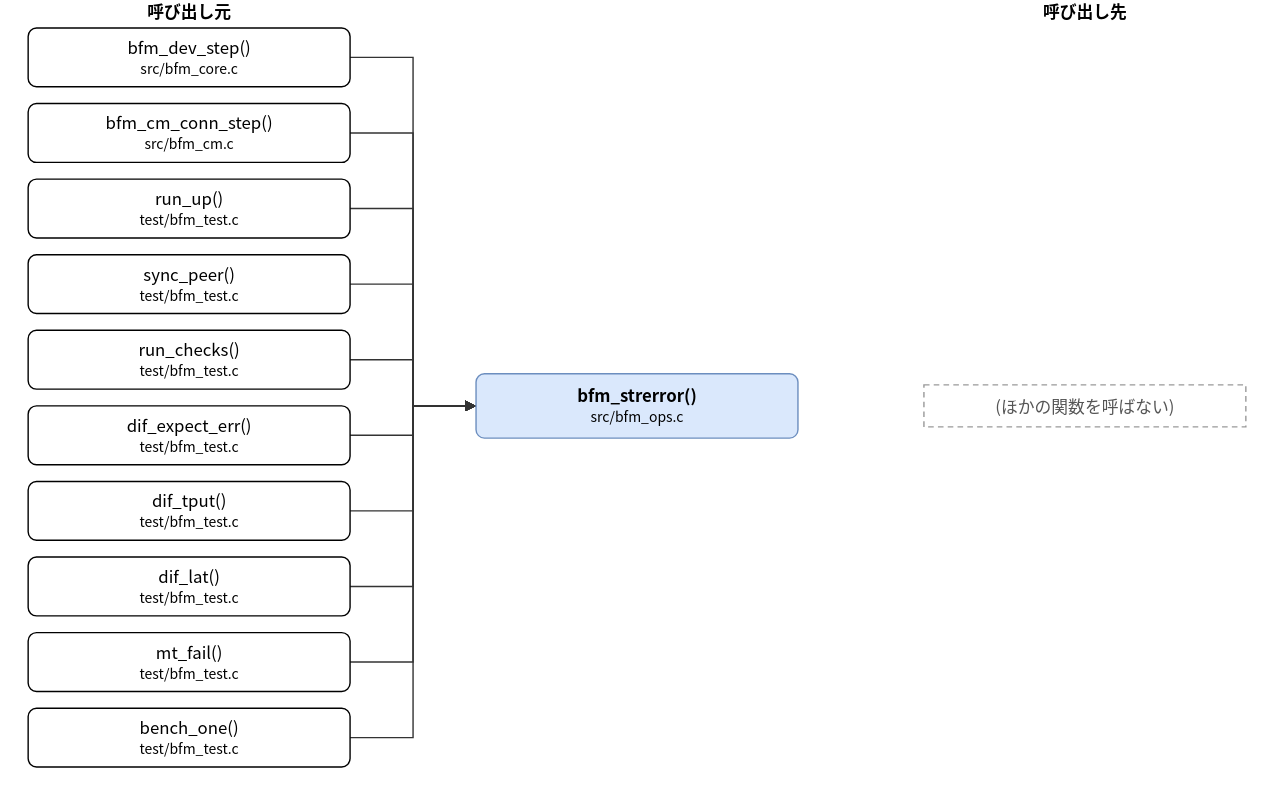
Before: doc/spec/images/call_src_bfm_ops-bfm_strerror.drawio.svg, a diagram exported from draw.io (hf355051012-ai/bfmem). Source tidied: cells renumbered, new cells last; positions are measured from the earlier drawing's top-left corner, leaving out a move shared by most shapes.
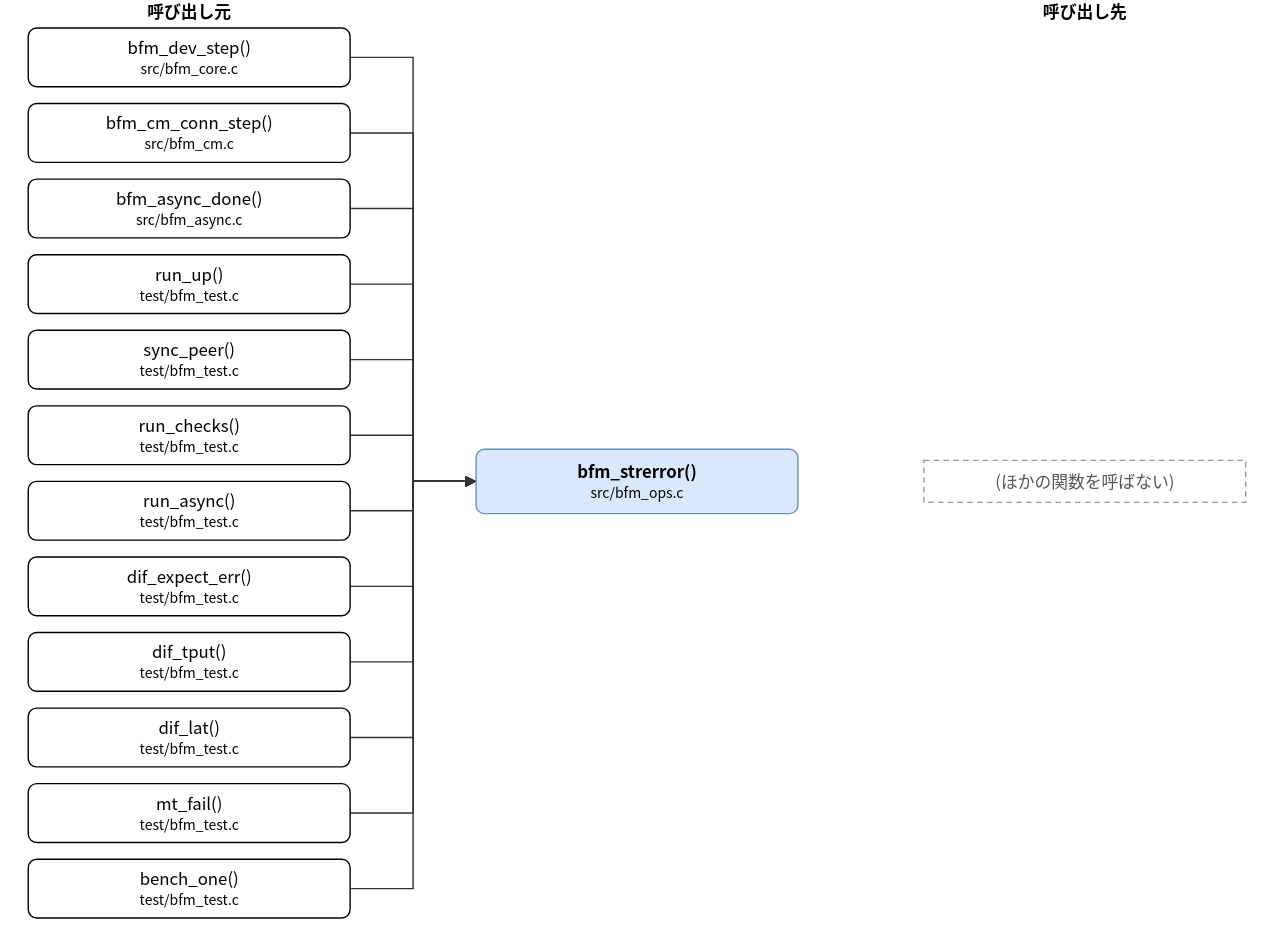
After the commit.

Diff of the diagram source:
```diff
@@ -3,7 +3,7 @@
     <mxCell id="0" />
     <mxCell id="1" parent="0" />
     <mxCell id="2" value="bfm_strerror()&lt;br&gt;&lt;font style=&quot;font-size:10px&quot;&gt;src/bfm_ops.c&lt;/font&gt;" style="rounded=1;whiteSpace=wrap;html=1;fillColor=#dae8fc;strokeColor=#6c8ebf;fontStyle=1;" parent="1" vertex="1">
-      <mxGeometry x="320" y="267" width="230" height="46" as="geometry" />
+      <mxGeometry x="320" y="321" width="230" height="46" as="geometry" />
     </mxCell>
     <mxCell id="3" value="bfm_dev_step()&lt;br&gt;&lt;font style=&quot;font-size:10px&quot;&gt;src/bfm_core.c&lt;/font&gt;" style="rounded=1;whiteSpace=wrap;html=1;" parent="1" vertex="1">
       <mxGeometry y="20" width="230" height="42" as="geometry" />
@@ -11,38 +11,44 @@
     <mxCell id="4" value="bfm_cm_conn_step()&lt;br&gt;&lt;font style=&quot;font-size:10px&quot;&gt;src/bfm_cm.c&lt;/font&gt;" style="rounded=1;whiteSpace=wrap;html=1;" parent="1" vertex="1">
       <mxGeometry y="74" width="230" height="42" as="geometry" />
     </mxCell>
-    <mxCell id="5" value="run_up()&lt;br&gt;&lt;font style=&quot;font-size:10px&quot;&gt;test/bfm_test.c&lt;/font&gt;" style="rounded=1;whiteSpace=wrap;html=1;" parent="1" vertex="1">
+    <mxCell id="5" value="bfm_async_done()&lt;br&gt;&lt;font style=&quot;font-size:10px&quot;&gt;src/bfm_async.c&lt;/font&gt;" style="rounded=1;whiteSpace=wrap;html=1;" parent="1" vertex="1">
       <mxGeometry y="128" width="230" height="42" as="geometry" />
     </mxCell>
-    <mxCell id="6" value="sync_peer()&lt;br&gt;&lt;font style=&quot;font-size:10px&quot;&gt;test/bfm_test.c&lt;/font&gt;" style="rounded=1;whiteSpace=wrap;html=1;" parent="1" vertex="1">
+    <mxCell id="6" value="run_up()&lt;br&gt;&lt;font style=&quot;font-size:10px&quot;&gt;test/bfm_test.c&lt;/font&gt;" style="rounded=1;whiteSpace=wrap;html=1;" parent="1" vertex="1">
       <mxGeometry y="182" width="230" height="42" as="geometry" />
     </mxCell>
-    <mxCell id="7" value="run_checks()&lt;br&gt;&lt;font style=&quot;font-size:10px&quot;&gt;test/bfm_test.c&lt;/font&gt;" style="rounded=1;whiteSpace=wrap;html=1;" parent="1" vertex="1">
+    <mxCell id="7" value="sync_peer()&lt;br&gt;&lt;font style=&quot;font-size:10px&quot;&gt;test/bfm_test.c&lt;/font&gt;" style="rounded=1;whiteSpace=wrap;html=1;" parent="1" vertex="1">
       <mxGeometry y="236" width="230" height="42" as="geometry" />
     </mxCell>
-    <mxCell id="8" value="dif_expect_err()&lt;br&gt;&lt;font style=&quot;font-size:10px&quot;&gt;test/bfm_test.c&lt;/font&gt;" style="rounded=1;whiteSpace=wrap;html=1;" parent="1" vertex="1">
+    <mxCell id="8" value="run_checks()&lt;br&gt;&lt;font style=&quot;font-size:10px&quot;&gt;test/bfm_test.c&lt;/font&gt;" style="rounded=1;whiteSpace=wrap;html=1;" parent="1" vertex="1">
       <mxGeometry y="290" width="230" height="42" as="geometry" />
     </mxCell>
-    <mxCell id="9" value="dif_tput()&lt;br&gt;&lt;font style=&quot;font-size:10px&quot;&gt;test/bfm_test.c&lt;/font&gt;" style="rounded=1;whiteSpace=wrap;html=1;" parent="1" vertex="1">
+    <mxCell id="9" value="run_async()&lt;br&gt;&lt;font style=&quot;font-size:10px&quot;&gt;test/bfm_test.c&lt;/font&gt;" style="rounded=1;whiteSpace=wrap;html=1;" parent="1" vertex="1">
       <mxGeometry y="344" width="230" height="42" as="geometry" />
     </mxCell>
-    <mxCell id="10" value="dif_lat()&lt;br&gt;&lt;font style=&quot;font-size:10px&quot;&gt;test/bfm_test.c&lt;/font&gt;" style="rounded=1;whiteSpace=wrap;html=1;" parent="1" vertex="1">
+    <mxCell id="10" value="dif_expect_err()&lt;br&gt;&lt;font style=&quot;font-size:10px&quot;&gt;test/bfm_test.c&lt;/font&gt;" style="rounded=1;whiteSpace=wrap;html=1;" parent="1" vertex="1">
       <mxGeometry y="398" width="230" height="42" as="geometry" />
     </mxCell>
-    <mxCell id="11" value="mt_fail()&lt;br&gt;&lt;font style=&quot;font-size:10px&quot;&gt;test/bfm_test.c&lt;/font&gt;" style="rounded=1;whiteSpace=wrap;html=1;" parent="1" vertex="1">
+    <mxCell id="11" value="dif_tput()&lt;br&gt;&lt;font style=&quot;font-size:10px&quot;&gt;test/bfm_test.c&lt;/font&gt;" style="rounded=1;whiteSpace=wrap;html=1;" parent="1" vertex="1">
       <mxGeometry y="452" width="230" height="42" as="geometry" />
     </mxCell>
-    <mxCell id="12" value="bench_one()&lt;br&gt;&lt;font style=&quot;font-size:10px&quot;&gt;test/bfm_test.c&lt;/font&gt;" style="rounded=1;whiteSpace=wrap;html=1;" parent="1" vertex="1">
+    <mxCell id="12" value="dif_lat()&lt;br&gt;&lt;font style=&quot;font-size:10px&quot;&gt;test/bfm_test.c&lt;/font&gt;" style="rounded=1;whiteSpace=wrap;html=1;" parent="1" vertex="1">
       <mxGeometry y="506" width="230" height="42" as="geometry" />
     </mxCell>
+    <mxCell id="26" value="mt_fail()&lt;br&gt;&lt;font style=&quot;font-size:10px&quot;&gt;test/bfm_test.c&lt;/font&gt;" style="rounded=1;whiteSpace=wrap;html=1;" parent="1" vertex="1">
+      <mxGeometry y="560" width="230" height="42" as="geometry" />
+    </mxCell>
+    <mxCell id="27" value="bench_one()&lt;br&gt;&lt;font style=&quot;font-size:10px&quot;&gt;test/bfm_test.c&lt;/font&gt;" style="rounded=1;whiteSpace=wrap;html=1;" parent="1" vertex="1">
+      <mxGeometry y="614" width="230" height="42" as="geometry" />
+    </mxCell>
     <mxCell id="13" value="(ほかの関数を呼ばない)" style="rounded=0;whiteSpace=wrap;html=1;dashed=1;strokeColor=#999999;fontColor=#555555;dashed=1;" parent="1" vertex="1">
-      <mxGeometry x="640" y="275" width="230" height="30" as="geometry" />
+      <mxGeometry x="640" y="329" width="230" height="30" as="geometry" />
     </mxCell>
     <mxCell id="14" style="edgeStyle=none;html=1;rounded=0;endArrow=block;endFill=1;exitX=1.0000;exitY=0.5000;exitDx=0;exitDy=0;exitPerimeter=0;entryX=0.0000;entryY=0.5000;entryDx=0;entryDy=0;entryPerimeter=0;" parent="1" edge="1" source="3" target="2">
       <mxGeometry relative="1" as="geometry">
         <Array as="points">
           <mxPoint x="275" y="41" />
-          <mxPoint x="275" y="290" />
+          <mxPoint x="275" y="344" />
         </Array>
       </mxGeometry>
     </mxCell>
@@ -50,7 +56,7 @@
       <mxGeometry relative="1" as="geometry">
         <Array as="points">
           <mxPoint x="275" y="95" />
-          <mxPoint x="275" y="290" />
+          <mxPoint x="275" y="344" />
         </Array>
       </mxGeometry>
     </mxCell>
@@ -58,7 +64,7 @@
       <mxGeometry relative="1" as="geometry">
         <Array as="points">
           <mxPoint x="275" y="149" />
-          <mxPoint x="275" y="290" />
+          <mxPoint x="275" y="344" />
         </Array>
       </mxGeometry>
     </mxCell>
@@ -66,7 +72,7 @@
       <mxGeometry relative="1" as="geometry">
         <Array as="points">
           <mxPoint x="275" y="203" />
-          <mxPoint x="275" y="290" />
+          <mxPoint x="275" y="344" />
         </Array>
       </mxGeometry>
     </mxCell>
@@ -74,7 +80,7 @@
       <mxGeometry relative="1" as="geometry">
         <Array as="points">
           <mxPoint x="275" y="257" />
-          <mxPoint x="275" y="290" />
+          <mxPoint x="275" y="344" />
         </Array>
       </mxGeometry>
     </mxCell>
@@ -82,7 +88,7 @@
       <mxGeometry relative="1" as="geometry">
         <Array as="points">
           <mxPoint x="275" y="311" />
-          <mxPoint x="275" y="290" />
+          <mxPoint x="275" y="344" />
         </Array>
       </mxGeometry>
     </mxCell>
@@ -90,7 +96,7 @@
       <mxGeometry relative="1" as="geometry">
         <Array as="points">
           <mxPoint x="275" y="365" />
-          <mxPoint x="275" y="290" />
+          <mxPoint x="275" y="344" />
         </Array>
       </mxGeometry>
     </mxCell>
@@ -98,7 +104,7 @@
       <mxGeometry relative="1" as="geometry">
         <Array as="points">
           <mxPoint x="275" y="419" />
-          <mxPoint x="275" y="290" />
+          <mxPoint x="275" y="344" />
         </Array>
       </mxGeometry>
     </mxCell>
@@ -106,7 +112,7 @@
       <mxGeometry relative="1" as="geometry">
         <Array as="points">
           <mxPoint x="275" y="473" />
-          <mxPoint x="275" y="290" />
+          <mxPoint x="275" y="344" />
         </Array>
       </mxGeometry>
     </mxCell>
@@ -114,10 +120,26 @@
       <mxGeometry relative="1" as="geometry">
         <Array as="points">
           <mxPoint x="275" y="527" />
-          <mxPoint x="275" y="290" />
+          <mxPoint x="275" y="344" />
         </Array>
       </mxGeometry>
     </mxCell>
+    <mxCell id="28" style="edgeStyle=none;html=1;rounded=0;endArrow=block;endFill=1;exitX=1.0000;exitY=0.5000;exitDx=0;exitDy=0;exitPerimeter=0;entryX=0.0000;entryY=0.5000;entryDx=0;entryDy=0;entryPerimeter=0;" parent="1" edge="1" source="26" target="2">
+      <mxGeometry relative="1" as="geometry">
+        <Array as="points">
+          <mxPoint x="275" y="581" />
+          <mxPoint x="275" y="344" />
+        </Array>
+      </mxGeometry>
+    </mxCell>
+    <mxCell id="29" style="edgeStyle=none;html=1;rounded=0;endArrow=block;endFill=1;exitX=1.0000;exitY=0.5000;exitDx=0;exitDy=0;exitPerimeter=0;entryX=0.0000;entryY=0.5000;entryDx=0;entryDy=0;entryPerimeter=0;" parent="1" edge="1" source="27" target="2">
+      <mxGeometry relative="1" as="geometry">
+        <Array as="points">
+          <mxPoint x="275" y="635" />
+          <mxPoint x="275" y="344" />
+        </Array>
+      </mxGeometry>
+    </mxCell>
     <mxCell id="24" value="呼び出し元" style="text;html=1;align=center;fontStyle=1;" parent="1" vertex="1">
       <mxGeometry x="35" width="160" height="18" as="geometry" />
     </mxCell>
```
